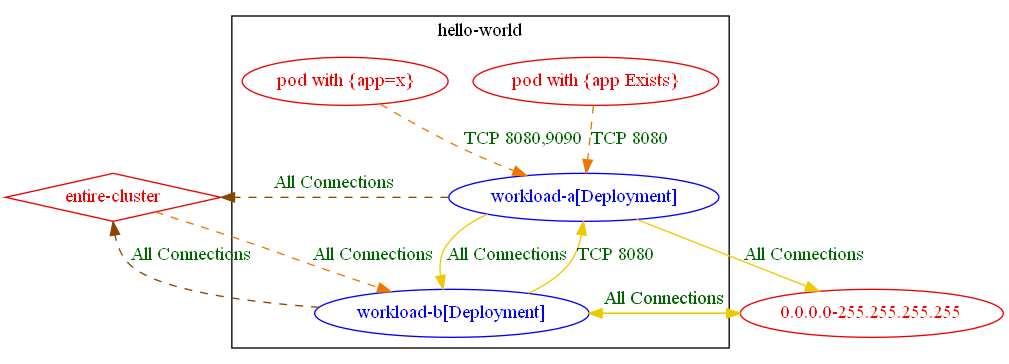
This is test_outputs/connlist/exposure_test_exposure_with_different_rules_2_connlist_output.dot.png from np-guard/netpol-analyzer, a Graphviz export, as it was before one commit. Its source is kept beside it as test_outputs/connlist/exposure_test_exposure_with_different_rules_2_connlist_output.dot.
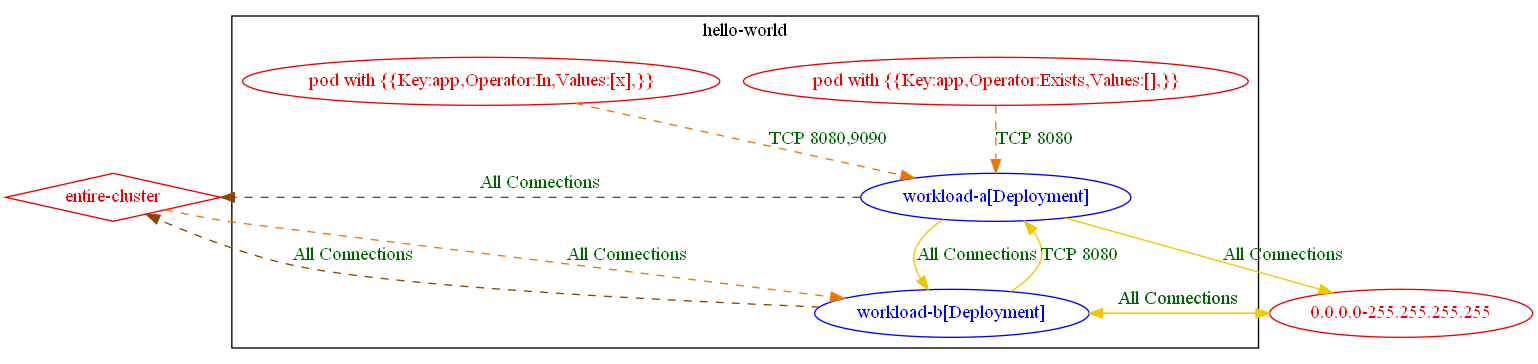
Above is the later version.

Change to the diagram source:
```diff
@@ -4,8 +4,8 @@
 		fontcolor="black"
 		"hello-world/workload-a[Deployment]" [label="workload-a[Deployment]" color="blue" fontcolor="blue"]
 		"hello-world/workload-b[Deployment]" [label="workload-b[Deployment]" color="blue" fontcolor="blue"]
-		"pod with {app Exists}_in_hello-world" [label="pod with {app Exists}" color="red2" fontcolor="red2"]
-		"pod with {app=x}_in_hello-world" [label="pod with {app=x}" color="red2" fontcolor="red2"]
+		"pod with {{Key:app,Operator:Exists,Values:[],}}_in_hello-world" [label="pod with {{Key:app,Operator:Exists,Values:[],}}" color="red2" fontcolor="red2"]
+		"pod with {{Key:app,Operator:In,Values:[x],}}_in_hello-world" [label="pod with {{Key:app,Operator:In,Values:[x],}}" color="red2" fontcolor="red2"]
 		label="hello-world"
 	}
 	"0.0.0.0-255.255.255.255" [label="0.0.0.0-255.255.255.255" color="red2" fontcolor="red2"]
@@ -18,6 +18,6 @@
 	"hello-world/workload-b[Deployment]" -> "0.0.0.0-255.255.255.255" [label="All Connections" color="gold2" fontcolor="darkgreen"]
 	"hello-world/workload-b[Deployment]" -> "entire-cluster" [label="All Connections" color="darkorange4" fontcolor="darkgreen" weight=0.5 style=dashed]
 	"hello-world/workload-b[Deployment]" -> "hello-world/workload-a[Deployment]" [label="TCP 8080" color="gold2" fontcolor="darkgreen"]
-	"pod with {app Exists}_in_hello-world" -> "hello-world/workload-a[Deployment]" [label="TCP 8080" color="darkorange2" fontcolor="darkgreen" weight=1 style=dashed]
-	"pod with {app=x}_in_hello-world" -> "hello-world/workload-a[Deployment]" [label="TCP 8080,9090" color="darkorange2" fontcolor="darkgreen" weight=1 style=dashed]
+	"pod with {{Key:app,Operator:Exists,Values:[],}}_in_hello-world" -> "hello-world/workload-a[Deployment]" [label="TCP 8080" color="darkorange2" fontcolor="darkgreen" weight=1 style=dashed]
+	"pod with {{Key:app,Operator:In,Values:[x],}}_in_hello-world" -> "hello-world/workload-a[Deployment]" [label="TCP 8080,9090" color="darkorange2" fontcolor="darkgreen" weight=1 style=dashed]
 }
```
